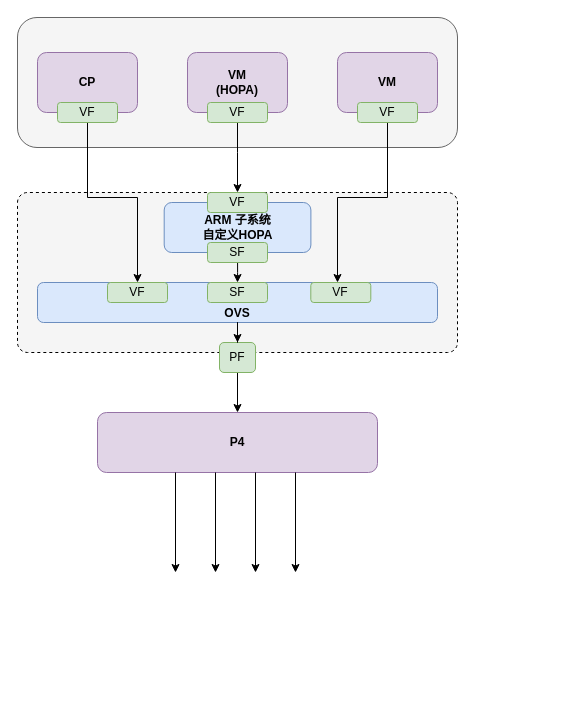
CHRIS123540/Repath keeps this draw.io diagram as 框架.drawio. Above is the earlier version. Source tidied: cells renumbered, new cells numbered last; positions are measured from the earlier drawing's top-left corner, leaving out a move shared by most shapes. Both pictures are drawn from the tidied source at 100%, with x=0, y=0 at pixel (17, 17).
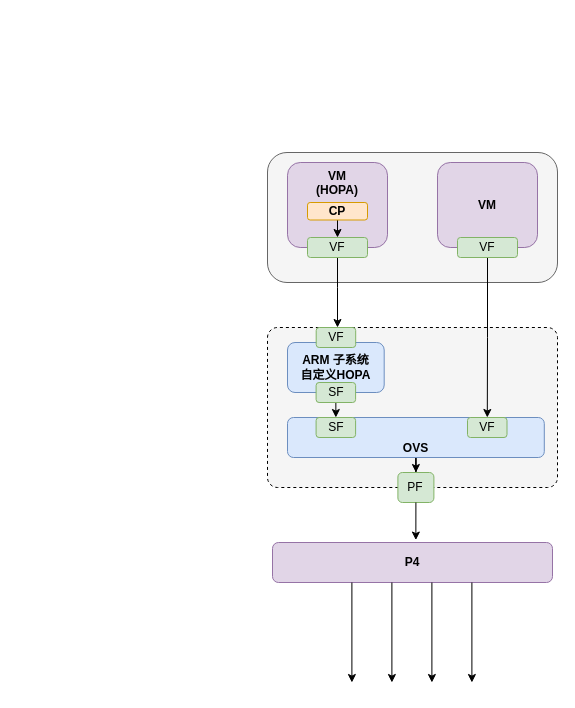
Above is the later version.

Change to the diagram source:
```diff
@@
     <mxCell id="2" style="rounded=1;whiteSpace=wrap;html=1;fillColor=#f5f5f5;strokeColor=#666666;fontColor=#333333;" parent="1" vertex="1">
-      <mxGeometry width="440" height="130" as="geometry" />
+      <mxGeometry x="250" y="135" width="290" height="130" as="geometry" />
     </mxCell>
     <mxCell id="3" style="shape=mxgraph.bpmn.task;whiteSpace=wrap;rectStyle=rounded;size=10;html=1;taskMarker=abstract;fillColor=#f5f5f5;fontColor=#333333;strokeColor=default;labelPosition=left;verticalLabelPosition=top;align=right;verticalAlign=bottom;dashed=1;fontSize=12;fontStyle=1;" parent="1" vertex="1">
-      <mxGeometry y="175" width="440" height="160" as="geometry" />
+      <mxGeometry x="250" y="310" width="290" height="160" as="geometry" />
     </mxCell>
-    <mxCell id="4" style="edgeStyle=orthogonalEdgeStyle;rounded=0;jettySize=auto;html=1;exitX=0.5;exitY=1;exitDx=0;exitDy=0;" parent="3" edge="1" source="5" target="6">
-      <mxGeometry relative="1" as="geometry" />
-    </mxCell>
     <mxCell id="5" value="ARM 子系统&lt;br&gt;自定义HOPA" style="rounded=1;whiteSpace=wrap;html=1;fillColor=#dae8fc;strokeColor=#6c8ebf;fontSize=12;fontStyle=1;" parent="3" vertex="1">
-      <mxGeometry x="146.7" y="10" width="146.7" height="50" as="geometry" />
+      <mxGeometry x="20" y="15" width="96.7" height="50" as="geometry" />
     </mxCell>
+    <mxCell id="25" style="edgeStyle=orthogonalEdgeStyle;rounded=0;jettySize=auto;html=1;exitX=0.5;exitY=1;exitDx=0;exitDy=0;" parent="3" edge="1" source="6" target="22">
+      <mxGeometry relative="1" as="geometry" />
+    </mxCell>
     <mxCell id="6" value="OVS" style="rounded=1;whiteSpace=wrap;html=1;fillColor=#dae8fc;strokeColor=#6c8ebf;fontSize=12;fontStyle=1;verticalAlign=bottom;" parent="3" vertex="1">
-      <mxGeometry x="20" y="90" width="400" height="40" as="geometry" />
+      <mxGeometry x="20" y="90" width="256.8" height="40" as="geometry" />
     </mxCell>
+    <mxCell id="29" style="edgeStyle=orthogonalEdgeStyle;rounded=0;jettySize=auto;html=1;exitX=0.5;exitY=1;exitDx=0;exitDy=0;entryX=0.5;entryY=0;entryDx=0;entryDy=0;" parent="3" edge="1" source="7" target="11">
+      <mxGeometry relative="1" as="geometry" />
+    </mxCell>
     <mxCell id="7" value="SF" style="rounded=1;whiteSpace=wrap;html=1;fillColor=#d5e8d4;strokeColor=#82b366;" parent="3" vertex="1">
-      <mxGeometry x="190" y="50" width="60" height="20" as="geometry" />
+      <mxGeometry x="48.6" y="55" width="39.5" height="20" as="geometry" />
     </mxCell>
     <mxCell id="8" value="VF" style="rounded=1;whiteSpace=wrap;html=1;fillColor=#d5e8d4;strokeColor=#82b366;" parent="3" vertex="1">
-      <mxGeometry x="190" width="60" height="20" as="geometry" />
+      <mxGeometry x="48.7" width="39.5" height="20" as="geometry" />
     </mxCell>
-    <mxCell id="9" value="VF" style="rounded=1;whiteSpace=wrap;html=1;fillColor=#d5e8d4;strokeColor=#82b366;" parent="3" vertex="1">
-      <mxGeometry x="90" y="90" width="60" height="20" as="geometry" />
-    </mxCell>
     <mxCell id="10" value="VF" style="rounded=1;whiteSpace=wrap;html=1;fillColor=#d5e8d4;strokeColor=#82b366;" parent="3" vertex="1">
-      <mxGeometry x="293.3" y="90" width="60" height="20" as="geometry" />
+      <mxGeometry x="200" y="90" width="39.5" height="20" as="geometry" />
     </mxCell>
     <mxCell id="11" value="SF" style="rounded=1;whiteSpace=wrap;html=1;fillColor=#d5e8d4;strokeColor=#82b366;" parent="3" vertex="1">
-      <mxGeometry x="190" y="90" width="60" height="20" as="geometry" />
+      <mxGeometry x="48.6" y="90" width="39.5" height="20" as="geometry" />
     </mxCell>
+    <mxCell id="22" value="PF" style="rounded=1;whiteSpace=wrap;html=1;fillColor=#d5e8d4;strokeColor=#82b366;" parent="3" vertex="1">
+      <mxGeometry x="130.4" y="145" width="36" height="30" as="geometry" />
+    </mxCell>
     <mxCell id="12" value="P4" style="rounded=1;whiteSpace=wrap;html=1;fillColor=#e1d5e7;strokeColor=#9673a6;fontSize=12;fontStyle=1;" parent="1" vertex="1">
-      <mxGeometry x="80" y="395" width="280" height="60" as="geometry" />
+      <mxGeometry x="255" y="525" width="280" height="40" as="geometry" />
     </mxCell>
     <mxCell id="13" style="edgeStyle=orthogonalEdgeStyle;rounded=0;jettySize=auto;html=1;exitX=0.5;exitY=1;exitDx=0;exitDy=0;" parent="1" edge="1" source="14">
       <mxGeometry relative="1" as="geometry">
-        <mxPoint x="220" y="175" as="targetPoint" />
+        <mxPoint x="320" y="310" as="targetPoint" />
       </mxGeometry>
     </mxCell>
-    <mxCell id="14" value="VM&lt;br&gt;(HOPA)" style="rounded=1;whiteSpace=wrap;html=1;fillColor=#e1d5e7;strokeColor=#9673a6;fontSize=12;fontStyle=1;" parent="1" vertex="1">
-      <mxGeometry x="170" y="35" width="100" height="60" as="geometry" />
+    <mxCell id="14" value="VM&lt;br&gt;(HOPA)" style="rounded=1;whiteSpace=wrap;html=1;fillColor=#e1d5e7;strokeColor=#9673a6;fontSize=12;fontStyle=1;verticalAlign=top;" parent="1" vertex="1">
+      <mxGeometry x="270" y="145" width="100" height="85" as="geometry" />
     </mxCell>
-    <mxCell id="15" style="edgeStyle=orthogonalEdgeStyle;rounded=0;jettySize=auto;html=1;exitX=0.5;exitY=1;exitDx=0;exitDy=0;entryX=0.75;entryY=0;entryDx=0;entryDy=0;" parent="1" edge="1" source="16" target="6">
-      <mxGeometry relative="1" as="geometry" />
-    </mxCell>
     <mxCell id="16" value="VM" style="rounded=1;whiteSpace=wrap;html=1;fillColor=#e1d5e7;strokeColor=#9673a6;fontSize=12;fontStyle=1;" parent="1" vertex="1">
-      <mxGeometry x="320" y="35" width="100" height="60" as="geometry" />
+      <mxGeometry x="420" y="145" width="100" height="85" as="geometry" />
     </mxCell>
     <mxCell id="17" style="endArrow=classic;html=1;rounded=0;" parent="1" edge="1">
       <mxGeometry relative="1" as="geometry">
-        <mxPoint x="158" y="455" as="sourcePoint" />
-        <mxPoint x="158" y="555" as="targetPoint" />
+        <mxPoint x="334.4" y="565" as="sourcePoint" />
+        <mxPoint x="334.4" y="665" as="targetPoint" />
       </mxGeometry>
     </mxCell>
     <mxCell id="18" style="endArrow=classic;html=1;rounded=0;" parent="1" edge="1">
       <mxGeometry relative="1" as="geometry">
-        <mxPoint x="198" y="455" as="sourcePoint" />
-        <mxPoint x="198" y="555" as="targetPoint" />
+        <mxPoint x="374.4" y="565" as="sourcePoint" />
+        <mxPoint x="374.4" y="665" as="targetPoint" />
       </mxGeometry>
     </mxCell>
     <mxCell id="19" style="endArrow=classic;html=1;rounded=0;" parent="1" edge="1">
       <mxGeometry relative="1" as="geometry">
-        <mxPoint x="238" y="455" as="sourcePoint" />
-        <mxPoint x="238" y="555" as="targetPoint" />
+        <mxPoint x="414.4" y="565" as="sourcePoint" />
+        <mxPoint x="414.4" y="665" as="targetPoint" />
       </mxGeometry>
     </mxCell>
     <mxCell id="20" style="endArrow=classic;html=1;rounded=0;" parent="1" edge="1">
       <mxGeometry relative="1" as="geometry">
-        <mxPoint x="278" y="455" as="sourcePoint" />
-        <mxPoint x="278" y="555" as="targetPoint" />
+        <mxPoint x="454.4" y="565" as="sourcePoint" />
+        <mxPoint x="454.4" y="665" as="targetPoint" />
       </mxGeometry>
     </mxCell>
+    <mxCell id="30" style="edgeStyle=orthogonalEdgeStyle;rounded=0;jettySize=auto;html=1;exitX=0.5;exitY=1;exitDx=0;exitDy=0;entryX=0.5;entryY=0;entryDx=0;entryDy=0;" parent="1" edge="1" source="24" target="26">
+      <mxGeometry relative="1" as="geometry" />
+    </mxCell>
+    <mxCell id="24" value="CP" style="rounded=1;whiteSpace=wrap;html=1;fillColor=#ffe6cc;strokeColor=#d79b00;fontSize=12;fontStyle=1;" parent="1" vertex="1">
+      <mxGeometry x="290" y="185" width="60" height="17.5" as="geometry" />
+    </mxCell>
+    <mxCell id="26" value="VF" style="rounded=1;whiteSpace=wrap;html=1;fillColor=#d5e8d4;strokeColor=#82b366;" parent="1" vertex="1">
+      <mxGeometry x="290" y="220" width="60" height="20" as="geometry" />
+    </mxCell>
+    <mxCell id="31" style="edgeStyle=orthogonalEdgeStyle;rounded=0;jettySize=auto;html=1;exitX=0.5;exitY=1;exitDx=0;exitDy=0;" parent="1" edge="1" source="27" target="10">
+      <mxGeometry relative="1" as="geometry" />
+    </mxCell>
+    <mxCell id="27" value="VF" style="rounded=1;whiteSpace=wrap;html=1;fillColor=#d5e8d4;strokeColor=#82b366;" parent="1" vertex="1">
+      <mxGeometry x="440" y="220" width="60" height="20" as="geometry" />
+    </mxCell>
-    <mxCell id="21" style="edgeStyle=orthogonalEdgeStyle;rounded=0;jettySize=auto;html=1;exitX=0.5;exitY=1;exitDx=0;exitDy=0;entryX=0.5;entryY=0;entryDx=0;entryDy=0;" parent="1" edge="1" source="22" target="12">
+    <mxCell id="21" style="edgeStyle=orthogonalEdgeStyle;rounded=0;jettySize=auto;html=1;exitX=0.5;exitY=1;exitDx=0;exitDy=0;entryX=0.512;entryY=-0.061;entryDx=0;entryDy=0;entryPerimeter=0;" parent="1" edge="1" source="22" target="12">
       <mxGeometry relative="1" as="geometry" />
     </mxCell>
-    <mxCell id="22" value="PF" style="rounded=1;whiteSpace=wrap;html=1;fillColor=#d5e8d4;strokeColor=#82b366;" parent="1" vertex="1">
-      <mxGeometry x="202" y="325" width="36" height="30" as="geometry" />
-    </mxCell>
-    <mxCell id="23" style="edgeStyle=orthogonalEdgeStyle;rounded=0;jettySize=auto;html=1;exitX=0.5;exitY=1;exitDx=0;exitDy=0;entryX=0.25;entryY=0;entryDx=0;entryDy=0;" parent="1" edge="1" source="24" target="6">
-      <mxGeometry relative="1" as="geometry" />
-    </mxCell>
-    <mxCell id="24" value="CP" style="rounded=1;whiteSpace=wrap;html=1;fillColor=#e1d5e7;strokeColor=#9673a6;fontSize=12;fontStyle=1;" parent="1" vertex="1">
-      <mxGeometry x="20" y="35" width="100" height="60" as="geometry" />
-    </mxCell>
-    <mxCell id="25" style="edgeStyle=orthogonalEdgeStyle;rounded=0;jettySize=auto;html=1;entryX=0.5;entryY=0;entryDx=0;entryDy=0;" parent="1" edge="1" source="6" target="22">
-      <mxGeometry relative="1" as="geometry" />
-    </mxCell>
-    <mxCell id="26" value="VF" style="rounded=1;whiteSpace=wrap;html=1;fillColor=#d5e8d4;strokeColor=#82b366;" parent="1" vertex="1">
-      <mxGeometry x="190" y="85" width="60" height="20" as="geometry" />
-    </mxCell>
-    <mxCell id="27" value="VF" style="rounded=1;whiteSpace=wrap;html=1;fillColor=#d5e8d4;strokeColor=#82b366;" parent="1" vertex="1">
-      <mxGeometry x="340" y="85" width="60" height="20" as="geometry" />
-    </mxCell>
-    <mxCell id="28" value="VF" style="rounded=1;whiteSpace=wrap;html=1;fillColor=#d5e8d4;strokeColor=#82b366;" parent="1" vertex="1">
-      <mxGeometry x="40" y="85" width="60" height="20" as="geometry" />
-    </mxCell>
```
